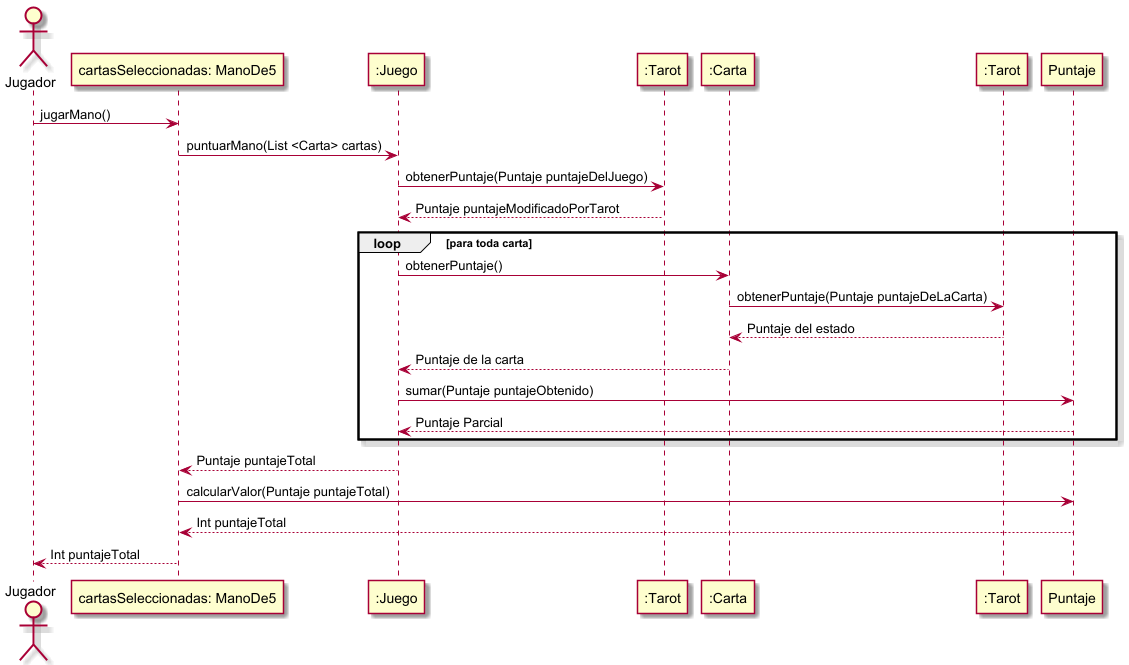
The PlantUML diagram diagrams/sequences/Asignacion_Puntaje_Mano.png in fiuba/algo3_proyecto_base_tp2, before a commit.
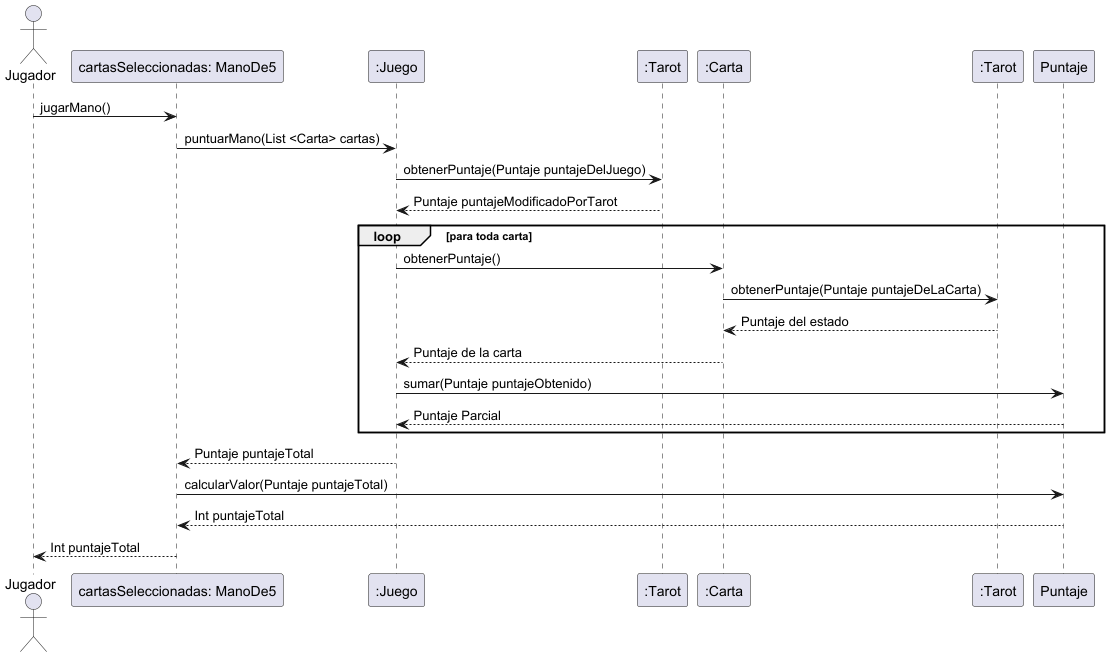
The same file after the commit.

What changed in the source:
```diff
@@ -1,6 +1,4 @@
 @startuml
-
-skin rose
 
 actor Jugador
 Jugador -> "cartasSeleccionadas: ManoDe5" as CartasSeleccionadas : jugarMano()
```
